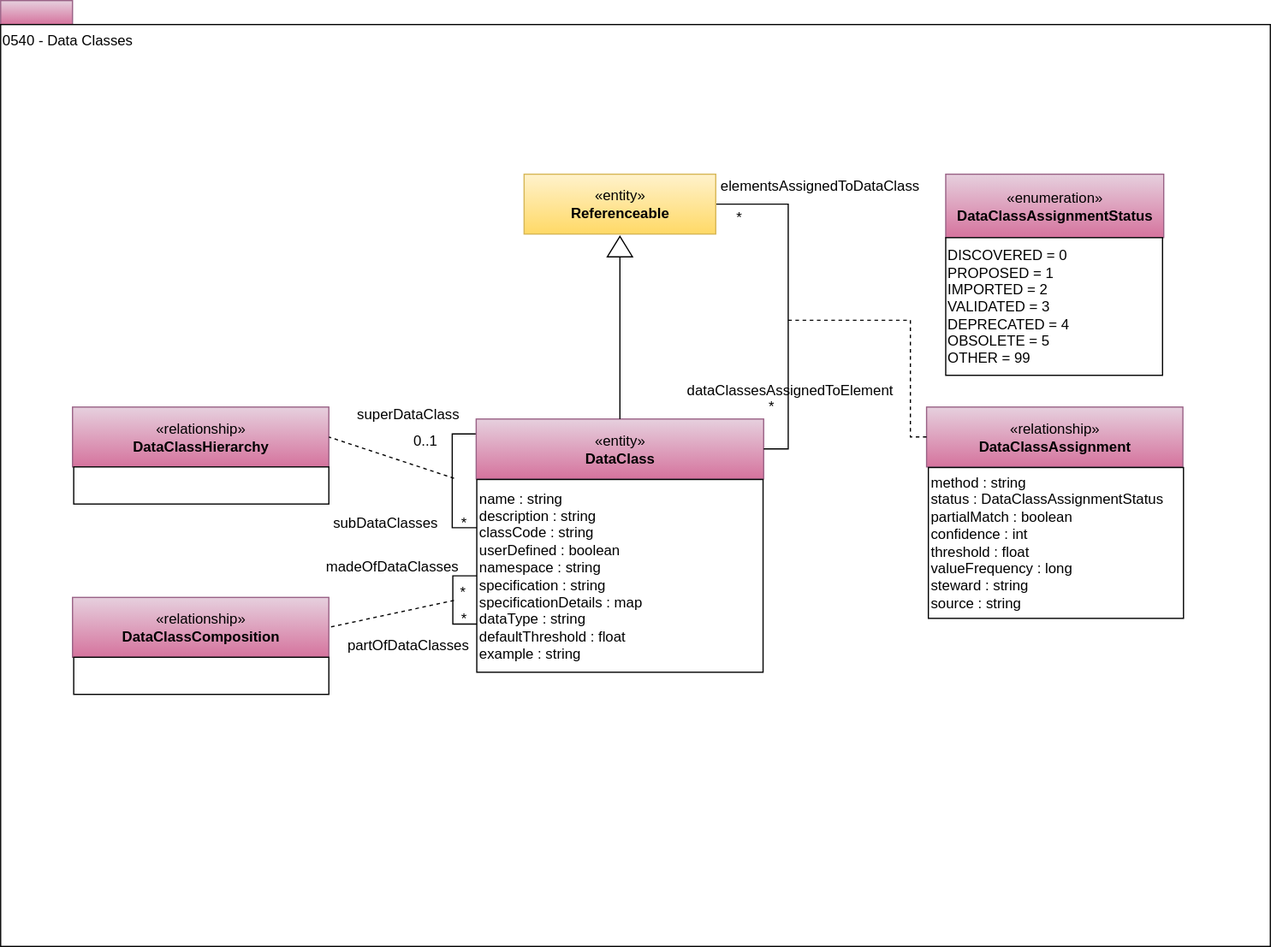
Before: site/docs/types/5/0540-Data-Classes.svg, a diagram exported from draw.io (odpi/egeria-docs). Source tidied: cells renumbered, new cells last; positions are measured from the earlier drawing's top-left corner, leaving out a move shared by most shapes.
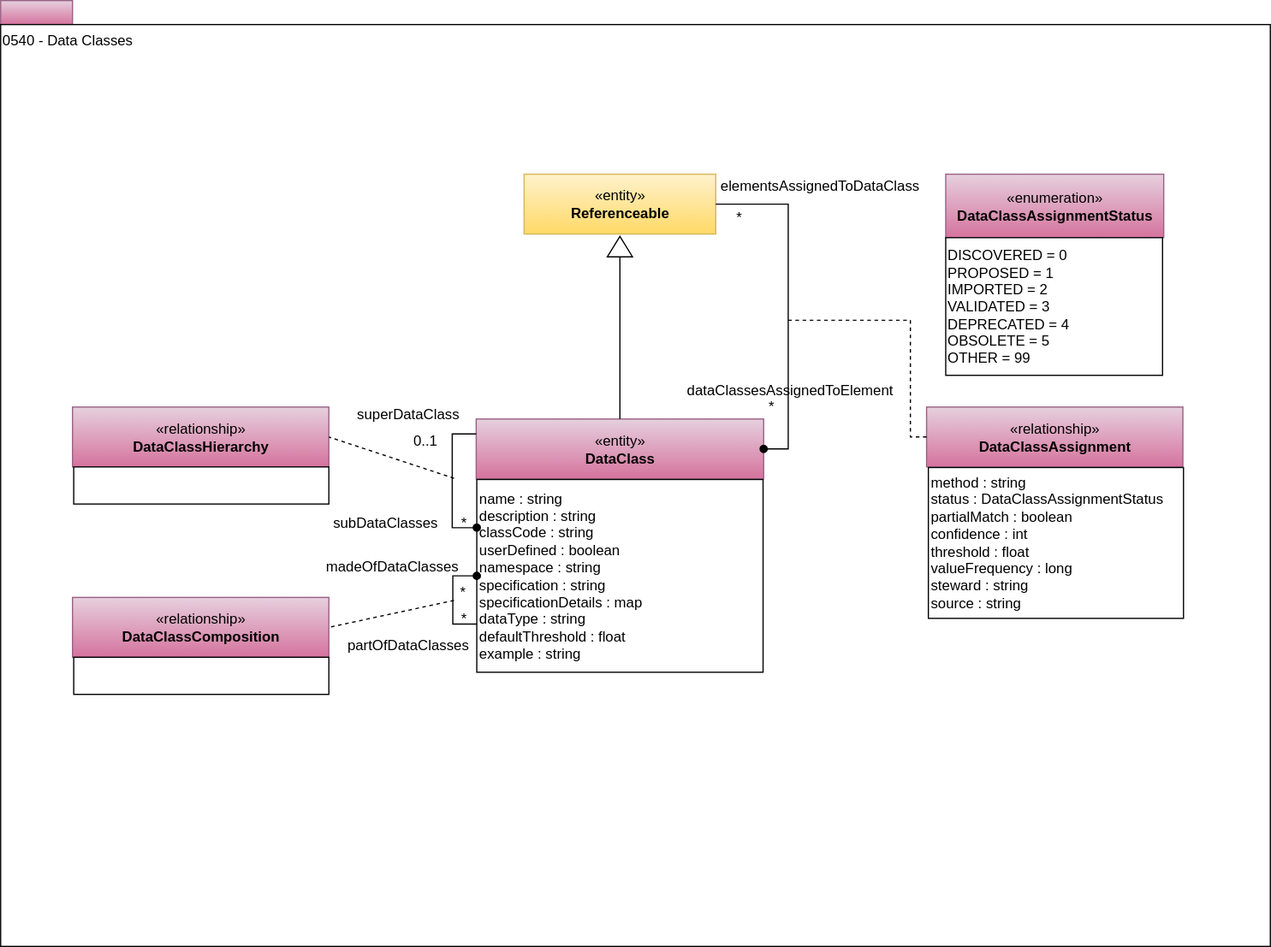
After the change.

Change to the diagram source:
```diff
@@ -8,118 +8,118 @@
     <mxCell id="3" value="0540 - Data Classes" style="rounded=0;whiteSpace=wrap;html=1;align=left;verticalAlign=top;" parent="1" vertex="1">
       <mxGeometry y="20" width="1060" height="770" as="geometry" />
     </mxCell>
-    <mxCell id="4" style="edgeStyle=orthogonalEdgeStyle;rounded=0;jettySize=auto;html=1;exitX=0;exitY=0.25;exitDx=0;exitDy=0;entryX=0;entryY=0.25;entryDx=0;entryDy=0;endArrow=none;endFill=0;" parent="1" edge="1" source="5" target="6">
-      <mxGeometry relative="1" as="geometry" />
+    <mxCell id="4" value="«entity»&lt;br&gt;&lt;b&gt;DataClass&lt;/b&gt;" style="html=1;strokeColor=#996185;align=center;fillColor=#e6d0de;gradientColor=#d5739d;" parent="1" vertex="1">
+      <mxGeometry x="397" y="349.5" width="240" height="50" as="geometry" />
     </mxCell>
-    <mxCell id="5" value="«entity»&lt;br&gt;&lt;b&gt;DataClass&lt;/b&gt;" style="html=1;strokeColor=#996185;align=center;fillColor=#e6d0de;gradientColor=#d5739d;" parent="1" vertex="1">
-      <mxGeometry x="397" y="349.5" width="240" height="50" as="geometry" />
+    <mxCell id="5" value="&lt;span&gt;name : string&lt;/span&gt;&lt;br&gt;&lt;span&gt;description : string&lt;/span&gt;&lt;br&gt;&lt;span&gt;classCode : string&lt;/span&gt;&lt;br&gt;&lt;span&gt;userDefined : boolean&lt;/span&gt;&lt;br&gt;&lt;span&gt;namespace : string&lt;/span&gt;&lt;br&gt;&lt;span&gt;specification : string&lt;/span&gt;&lt;br&gt;&lt;span&gt;specificationDetails : map&lt;/span&gt;&lt;br&gt;&lt;span&gt;dataType : string&lt;/span&gt;&lt;br&gt;&lt;span&gt;defaultThreshold : float&lt;/span&gt;&lt;br&gt;&lt;span&gt;example : string&lt;/span&gt;" style="rounded=0;whiteSpace=wrap;html=1;strokeColor=#000000;gradientColor=#ffffff;align=left;" parent="1" vertex="1">
+      <mxGeometry x="397.5" y="400" width="239" height="161" as="geometry" />
     </mxCell>
-    <mxCell id="6" value="&lt;span&gt;name : string&lt;/span&gt;&lt;br&gt;&lt;span&gt;description : string&lt;/span&gt;&lt;br&gt;&lt;span&gt;classCode : string&lt;/span&gt;&lt;br&gt;&lt;span&gt;userDefined : boolean&lt;/span&gt;&lt;br&gt;&lt;span&gt;namespace : string&lt;/span&gt;&lt;br&gt;&lt;span&gt;specification : string&lt;/span&gt;&lt;br&gt;&lt;span&gt;specificationDetails : map&lt;/span&gt;&lt;br&gt;&lt;span&gt;dataType : string&lt;/span&gt;&lt;br&gt;&lt;span&gt;defaultThreshold : float&lt;/span&gt;&lt;br&gt;&lt;span&gt;example : string&lt;/span&gt;" style="rounded=0;whiteSpace=wrap;html=1;strokeColor=#000000;gradientColor=#ffffff;align=left;" parent="1" vertex="1">
-      <mxGeometry x="397.5" y="400" width="239" height="161" as="geometry" />
+    <mxCell id="6" value="«entity»&lt;br&gt;&lt;b&gt;Referenceable&lt;/b&gt;" style="html=1;strokeColor=#d6b656;align=center;fillColor=#fff2cc;gradientColor=#ffd966;" parent="1" vertex="1">
+      <mxGeometry x="437" y="145" width="160" height="50" as="geometry" />
     </mxCell>
-    <mxCell id="7" style="edgeStyle=orthogonalEdgeStyle;rounded=0;jettySize=auto;html=1;entryX=1;entryY=0.5;entryDx=0;entryDy=0;endArrow=none;endFill=0;" parent="1" edge="1" source="8" target="5">
-      <mxGeometry relative="1" as="geometry">
-        <Array as="points">
-          <mxPoint x="657.5" y="170" />
-          <mxPoint x="657.5" y="375" />
-        </Array>
-      </mxGeometry>
+    <mxCell id="7" value="«relationship»&lt;br&gt;&lt;b&gt;DataClassHierarchy&lt;/b&gt;" style="html=1;strokeColor=#996185;align=center;fillColor=#e6d0de;gradientColor=#d5739d;" parent="1" vertex="1">
+      <mxGeometry x="60" y="339.5" width="214" height="50" as="geometry" />
     </mxCell>
-    <mxCell id="8" value="«entity»&lt;br&gt;&lt;b&gt;Referenceable&lt;/b&gt;" style="html=1;strokeColor=#d6b656;align=center;fillColor=#fff2cc;gradientColor=#ffd966;" parent="1" vertex="1">
-      <mxGeometry x="437" y="145" width="160" height="50" as="geometry" />
+    <mxCell id="8" style="endArrow=none;dashed=1;html=1;entryX=1;entryY=0.5;" parent="1" edge="1" target="7">
+      <mxGeometry relative="1" as="geometry">
+        <mxPoint x="378.5" y="399" as="sourcePoint" />
+      </mxGeometry>
     </mxCell>
-    <mxCell id="9" value="«relationship»&lt;br&gt;&lt;b&gt;DataClassHierarchy&lt;/b&gt;" style="html=1;strokeColor=#996185;align=center;fillColor=#e6d0de;gradientColor=#d5739d;" parent="1" vertex="1">
-      <mxGeometry x="60" y="339.5" width="214" height="50" as="geometry" />
+    <mxCell id="9" style="rounded=0;whiteSpace=wrap;html=1;strokeColor=#000000;gradientColor=#ffffff;align=center;" parent="1" vertex="1">
+      <mxGeometry x="61" y="389.5" width="213" height="31" as="geometry" />
     </mxCell>
-    <mxCell id="10" style="endArrow=none;dashed=1;html=1;entryX=1;entryY=0.5;" parent="1" edge="1" target="9">
-      <mxGeometry relative="1" as="geometry">
-        <mxPoint x="378.5" y="399" as="sourcePoint" />
-      </mxGeometry>
+    <mxCell id="10" value="*" style="text;html=1;strokeColor=none;fillColor=none;align=center;verticalAlign=middle;whiteSpace=wrap;rounded=0;" parent="1" vertex="1">
+      <mxGeometry x="597" y="171.5" width="40" height="20" as="geometry" />
     </mxCell>
-    <mxCell id="11" style="rounded=0;whiteSpace=wrap;html=1;strokeColor=#000000;gradientColor=#ffffff;align=center;" parent="1" vertex="1">
-      <mxGeometry x="61" y="389.5" width="213" height="31" as="geometry" />
+    <mxCell id="11" value="*" style="text;html=1;strokeColor=none;fillColor=none;align=center;verticalAlign=middle;whiteSpace=wrap;rounded=0;" parent="1" vertex="1">
+      <mxGeometry x="624" y="329.5" width="40" height="20" as="geometry" />
     </mxCell>
-    <mxCell id="12" value="*" style="text;html=1;strokeColor=none;fillColor=none;align=center;verticalAlign=middle;whiteSpace=wrap;rounded=0;" parent="1" vertex="1">
-      <mxGeometry x="597" y="171.5" width="40" height="20" as="geometry" />
+    <mxCell id="12" value="elementsAssignedToDataClass" style="text;html=1;strokeColor=none;fillColor=none;align=center;verticalAlign=middle;whiteSpace=wrap;rounded=0;" parent="1" vertex="1">
+      <mxGeometry x="597.5" y="145" width="173" height="20" as="geometry" />
     </mxCell>
-    <mxCell id="13" value="*" style="text;html=1;strokeColor=none;fillColor=none;align=center;verticalAlign=middle;whiteSpace=wrap;rounded=0;" parent="1" vertex="1">
-      <mxGeometry x="624" y="329.5" width="40" height="20" as="geometry" />
+    <mxCell id="13" value="dataClassesAssignedToElement" style="text;html=1;strokeColor=none;fillColor=none;align=center;verticalAlign=middle;whiteSpace=wrap;rounded=0;" parent="1" vertex="1">
+      <mxGeometry x="597.5" y="315.5" width="123" height="20" as="geometry" />
     </mxCell>
-    <mxCell id="14" value="elementsAssignedToDataClass" style="text;html=1;strokeColor=none;fillColor=none;align=center;verticalAlign=middle;whiteSpace=wrap;rounded=0;" parent="1" vertex="1">
-      <mxGeometry x="597.5" y="145" width="173" height="20" as="geometry" />
+    <mxCell id="14" value="«enumeration»&lt;br&gt;&lt;b&gt;DataClassAssignmentStatus&lt;/b&gt;" style="html=1;strokeColor=#996185;align=center;fillColor=#e6d0de;gradientColor=#d5739d;" parent="1" vertex="1">
+      <mxGeometry x="789" y="145" width="182" height="53" as="geometry" />
     </mxCell>
-    <mxCell id="15" value="dataClassesAssignedToElement" style="text;html=1;strokeColor=none;fillColor=none;align=center;verticalAlign=middle;whiteSpace=wrap;rounded=0;" parent="1" vertex="1">
-      <mxGeometry x="597.5" y="315.5" width="123" height="20" as="geometry" />
+    <mxCell id="15" value="DISCOVERED = 0&lt;br&gt;PROPOSED = 1&lt;br&gt;IMPORTED = 2&lt;br&gt;VALIDATED = 3&lt;br&gt;DEPRECATED = 4&lt;br&gt;OBSOLETE = 5&lt;br&gt;OTHER = 99&lt;br&gt;" style="rounded=0;whiteSpace=wrap;html=1;strokeColor=#000000;gradientColor=#ffffff;align=left;" parent="1" vertex="1">
+      <mxGeometry x="789" y="198" width="181" height="115" as="geometry" />
     </mxCell>
-    <mxCell id="16" value="«enumeration»&lt;br&gt;&lt;b&gt;DataClassAssignmentStatus&lt;/b&gt;" style="html=1;strokeColor=#996185;align=center;fillColor=#e6d0de;gradientColor=#d5739d;" parent="1" vertex="1">
-      <mxGeometry x="789" y="145" width="182" height="53" as="geometry" />
+    <mxCell id="16" value="«relationship»&lt;br&gt;&lt;b&gt;DataClassAssignment&lt;/b&gt;" style="html=1;strokeColor=#996185;align=center;fillColor=#e6d0de;gradientColor=#d5739d;" parent="1" vertex="1">
+      <mxGeometry x="773" y="339.5" width="214" height="50" as="geometry" />
     </mxCell>
-    <mxCell id="17" value="DISCOVERED = 0&lt;br&gt;PROPOSED = 1&lt;br&gt;IMPORTED = 2&lt;br&gt;VALIDATED = 3&lt;br&gt;DEPRECATED = 4&lt;br&gt;OBSOLETE = 5&lt;br&gt;OTHER = 99&lt;br&gt;" style="rounded=0;whiteSpace=wrap;html=1;strokeColor=#000000;gradientColor=#ffffff;align=left;" parent="1" vertex="1">
-      <mxGeometry x="789" y="198" width="181" height="115" as="geometry" />
+    <mxCell id="17" value="&lt;span&gt;method : string&lt;/span&gt;&lt;br&gt;&lt;span&gt;status : DataClassAssignmentStatus&lt;/span&gt;&lt;br&gt;&lt;span&gt;partialMatch : boolean&lt;/span&gt;&lt;br&gt;&lt;span&gt;confidence : int&lt;/span&gt;&lt;br&gt;&lt;span&gt;threshold : float&lt;/span&gt;&lt;br&gt;&lt;span&gt;valueFrequency : long&lt;/span&gt;&lt;br&gt;&lt;span&gt;steward : string&lt;/span&gt;&lt;br&gt;&lt;span&gt;source : string&lt;/span&gt;" style="rounded=0;whiteSpace=wrap;html=1;strokeColor=#000000;gradientColor=#ffffff;align=left;" parent="1" vertex="1">
+      <mxGeometry x="774.5" y="390" width="213" height="126" as="geometry" />
     </mxCell>
-    <mxCell id="18" value="«relationship»&lt;br&gt;&lt;b&gt;DataClassAssignment&lt;/b&gt;" style="html=1;strokeColor=#996185;align=center;fillColor=#e6d0de;gradientColor=#d5739d;" parent="1" vertex="1">
-      <mxGeometry x="773" y="339.5" width="214" height="50" as="geometry" />
+    <mxCell id="18" style="endArrow=none;dashed=1;html=1;exitX=0;exitY=0.5;exitDx=0;exitDy=0;rounded=0;edgeStyle=orthogonalEdgeStyle;" parent="1" edge="1" source="16">
+      <mxGeometry relative="1" as="geometry">
+        <mxPoint x="657.5" y="267" as="targetPoint" />
+        <Array as="points">
+          <mxPoint x="759.5" y="365" />
+          <mxPoint x="759.5" y="267" />
+        </Array>
+      </mxGeometry>
     </mxCell>
-    <mxCell id="19" value="&lt;span&gt;method : string&lt;/span&gt;&lt;br&gt;&lt;span&gt;status : DataClassAssignmentStatus&lt;/span&gt;&lt;br&gt;&lt;span&gt;partialMatch : boolean&lt;/span&gt;&lt;br&gt;&lt;span&gt;confidence : int&lt;/span&gt;&lt;br&gt;&lt;span&gt;threshold : float&lt;/span&gt;&lt;br&gt;&lt;span&gt;valueFrequency : long&lt;/span&gt;&lt;br&gt;&lt;span&gt;steward : string&lt;/span&gt;&lt;br&gt;&lt;span&gt;source : string&lt;/span&gt;" style="rounded=0;whiteSpace=wrap;html=1;strokeColor=#000000;gradientColor=#ffffff;align=left;" parent="1" vertex="1">
-      <mxGeometry x="774.5" y="390" width="213" height="126" as="geometry" />
+    <mxCell id="19" value="«relationship»&lt;br&gt;&lt;b&gt;DataClassComposition&lt;/b&gt;" style="html=1;strokeColor=#996185;align=center;fillColor=#e6d0de;gradientColor=#d5739d;" parent="1" vertex="1">
+      <mxGeometry x="60" y="498.5" width="214" height="50" as="geometry" />
     </mxCell>
-    <mxCell id="20" style="endArrow=none;dashed=1;html=1;exitX=0;exitY=0.5;exitDx=0;exitDy=0;rounded=0;edgeStyle=orthogonalEdgeStyle;" parent="1" edge="1" source="18">
+    <mxCell id="20" style="endArrow=none;dashed=1;html=1;entryX=1;entryY=0.5;" parent="1" edge="1" target="19">
       <mxGeometry relative="1" as="geometry">
-        <mxPoint x="657.5" y="267" as="targetPoint" />
-        <Array as="points">
-          <mxPoint x="759.5" y="365" />
-          <mxPoint x="759.5" y="267" />
-        </Array>
+        <mxPoint x="378.5" y="501" as="sourcePoint" />
       </mxGeometry>
     </mxCell>
-    <mxCell id="21" style="edgeStyle=orthogonalEdgeStyle;rounded=0;orthogonalLoop=1;jettySize=auto;html=1;exitX=0;exitY=0.5;exitDx=0;exitDy=0;entryX=0;entryY=0.75;entryDx=0;entryDy=0;endArrow=none;endFill=0;" parent="1" edge="1" source="6" target="6">
-      <mxGeometry relative="1" as="geometry">
-        <Array as="points">
-          <mxPoint x="377.5" y="481" />
-          <mxPoint x="377.5" y="521" />
-        </Array>
-      </mxGeometry>
+    <mxCell id="21" style="rounded=0;whiteSpace=wrap;html=1;strokeColor=#000000;gradientColor=#ffffff;align=center;" parent="1" vertex="1">
+      <mxGeometry x="61" y="548.5" width="213" height="31" as="geometry" />
     </mxCell>
-    <mxCell id="22" value="«relationship»&lt;br&gt;&lt;b&gt;DataClassComposition&lt;/b&gt;" style="html=1;strokeColor=#996185;align=center;fillColor=#e6d0de;gradientColor=#d5739d;" parent="1" vertex="1">
-      <mxGeometry x="60" y="498.5" width="214" height="50" as="geometry" />
+    <mxCell id="22" value="superDataClass" style="text;html=1;points=[];align=left;verticalAlign=top;spacingTop=-4;" parent="1" vertex="1">
+      <mxGeometry x="295.5" y="335.5" width="95" height="14" as="geometry" />
     </mxCell>
-    <mxCell id="23" style="endArrow=none;dashed=1;html=1;entryX=1;entryY=0.5;" parent="1" edge="1" target="22">
-      <mxGeometry relative="1" as="geometry">
-        <mxPoint x="378.5" y="501" as="sourcePoint" />
-      </mxGeometry>
+    <mxCell id="23" value="0..1" style="text;html=1;align=left;verticalAlign=top;spacingTop=-4;" parent="1" vertex="1">
+      <mxGeometry x="343" y="357.5" width="30" height="14" as="geometry" />
     </mxCell>
-    <mxCell id="24" style="rounded=0;whiteSpace=wrap;html=1;strokeColor=#000000;gradientColor=#ffffff;align=center;" parent="1" vertex="1">
-      <mxGeometry x="61" y="548.5" width="213" height="31" as="geometry" />
+    <mxCell id="24" value="*" style="text;html=1;align=left;verticalAlign=top;spacingTop=-4;" parent="1" vertex="1">
+      <mxGeometry x="382.5" y="427" width="15" height="14" as="geometry" />
     </mxCell>
-    <mxCell id="25" value="superDataClass" style="text;html=1;align=left;verticalAlign=top;spacingTop=-4;" parent="1" vertex="1">
-      <mxGeometry x="295.5" y="335.5" width="95" height="14" as="geometry" />
+    <mxCell id="25" value="subDataClasses" style="text;html=1;align=left;verticalAlign=top;spacingTop=-4;" parent="1" vertex="1">
+      <mxGeometry x="276" y="427" width="97" height="14" as="geometry" />
     </mxCell>
-    <mxCell id="26" value="0..1" style="text;html=1;align=left;verticalAlign=top;spacingTop=-4;" parent="1" vertex="1">
-      <mxGeometry x="343" y="357.5" width="30" height="14" as="geometry" />
+    <mxCell id="26" value="*" style="text;html=1;align=left;verticalAlign=top;spacingTop=-4;" parent="1" vertex="1">
+      <mxGeometry x="382.5" y="506.5" width="15" height="14" as="geometry" />
     </mxCell>
     <mxCell id="27" value="*" style="text;html=1;align=left;verticalAlign=top;spacingTop=-4;" parent="1" vertex="1">
-      <mxGeometry x="382.5" y="427" width="15" height="14" as="geometry" />
+      <mxGeometry x="382" y="484.5" width="15" height="14" as="geometry" />
     </mxCell>
-    <mxCell id="28" value="subDataClasses" style="text;html=1;align=left;verticalAlign=top;spacingTop=-4;" parent="1" vertex="1">
-      <mxGeometry x="276" y="427" width="97" height="14" as="geometry" />
+    <mxCell id="28" value="madeOfDataClasses" style="text;html=1;align=left;verticalAlign=top;spacingTop=-4;" parent="1" vertex="1">
+      <mxGeometry x="269.5" y="463" width="121" height="14" as="geometry" />
     </mxCell>
-    <mxCell id="29" value="*" style="text;html=1;align=left;verticalAlign=top;spacingTop=-4;" parent="1" vertex="1">
-      <mxGeometry x="382.5" y="506.5" width="15" height="14" as="geometry" />
+    <mxCell id="29" value="partOfDataClasses" style="text;html=1;align=left;verticalAlign=top;spacingTop=-4;" parent="1" vertex="1">
+      <mxGeometry x="287.5" y="528.5" width="111" height="14" as="geometry" />
     </mxCell>
-    <mxCell id="30" value="*" style="text;html=1;align=left;verticalAlign=top;spacingTop=-4;" parent="1" vertex="1">
-      <mxGeometry x="382" y="484.5" width="15" height="14" as="geometry" />
+    <mxCell id="30" style="edgeStyle=orthogonalEdgeStyle;rounded=0;jettySize=auto;html=1;exitX=0;exitY=0.5;exitDx=0;exitDy=0;endArrow=none;endFill=0;" parent="1" edge="1" source="31" target="4">
+      <mxGeometry relative="1" as="geometry" />
     </mxCell>
-    <mxCell id="31" value="madeOfDataClasses" style="text;html=1;points=[];align=left;verticalAlign=top;spacingTop=-4;" parent="1" vertex="1">
-      <mxGeometry x="269.5" y="463" width="121" height="14" as="geometry" />
+    <mxCell id="31" style="triangle;whiteSpace=wrap;html=1;strokeColor=#000000;gradientColor=#ffffff;align=center;rotation=-90;" parent="1" vertex="1">
+      <mxGeometry x="508.5" y="195" width="17" height="21" as="geometry" />
     </mxCell>
-    <mxCell id="32" value="partOfDataClasses" style="text;html=1;align=left;verticalAlign=top;spacingTop=-4;" parent="1" vertex="1">
-      <mxGeometry x="287.5" y="528.5" width="111" height="14" as="geometry" />
+    <mxCell id="32" style="edgeStyle=orthogonalEdgeStyle;rounded=0;jettySize=auto;html=1;exitX=0;exitY=0.25;exitDx=0;exitDy=0;entryX=0;entryY=0.25;entryDx=0;entryDy=0;endArrow=oval;endFill=1;" parent="1" edge="1" source="4" target="5">
+      <mxGeometry relative="1" as="geometry" />
     </mxCell>
-    <mxCell id="33" style="edgeStyle=orthogonalEdgeStyle;rounded=0;jettySize=auto;html=1;exitX=0;exitY=0.5;exitDx=0;exitDy=0;endArrow=none;endFill=0;" parent="1" edge="1" source="34" target="5">
-      <mxGeometry relative="1" as="geometry" />
+    <mxCell id="33" style="edgeStyle=orthogonalEdgeStyle;rounded=0;orthogonalLoop=1;jettySize=auto;html=1;exitX=0;exitY=0.5;exitDx=0;exitDy=0;entryX=0;entryY=0.75;entryDx=0;entryDy=0;endArrow=none;endFill=0;startArrow=oval;startFill=1;" parent="1" edge="1" source="5" target="5">
+      <mxGeometry relative="1" as="geometry">
+        <Array as="points">
+          <mxPoint x="377.5" y="481" />
+          <mxPoint x="377.5" y="521" />
+        </Array>
+      </mxGeometry>
     </mxCell>
-    <mxCell id="34" style="triangle;whiteSpace=wrap;html=1;strokeColor=#000000;gradientColor=#ffffff;align=center;rotation=-90;" parent="1" vertex="1">
-      <mxGeometry x="508.5" y="195" width="17" height="21" as="geometry" />
+    <mxCell id="34" style="edgeStyle=orthogonalEdgeStyle;rounded=0;jettySize=auto;html=1;entryX=1;entryY=0.5;entryDx=0;entryDy=0;endArrow=oval;endFill=1;" parent="1" edge="1" source="6" target="4">
+      <mxGeometry relative="1" as="geometry">
+        <Array as="points">
+          <mxPoint x="657.5" y="170" />
+          <mxPoint x="657.5" y="375" />
+        </Array>
+      </mxGeometry>
     </mxCell>
   </root>
 </mxGraphModel>
```
